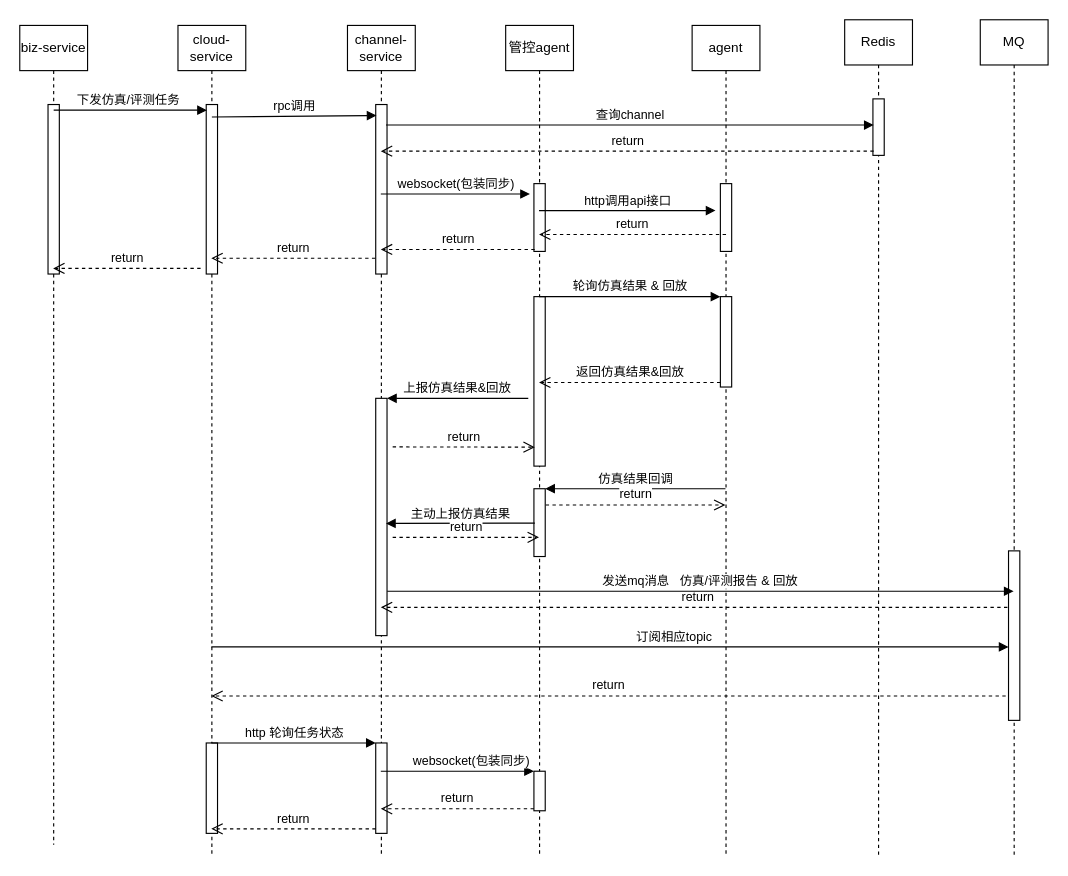
adwars/adwars keeps this draw.io diagram as page "第 1 页" (2 of 6) of 调度时序图.drawio. Above is the earlier version. Source tidied: cells renumbered, new cells numbered last; positions are measured from the earlier drawing's top-left corner, leaving out a move shared by most shapes. Both pictures are drawn from the tidied source at 113%, with x=0, y=0 at pixel (19, 19).
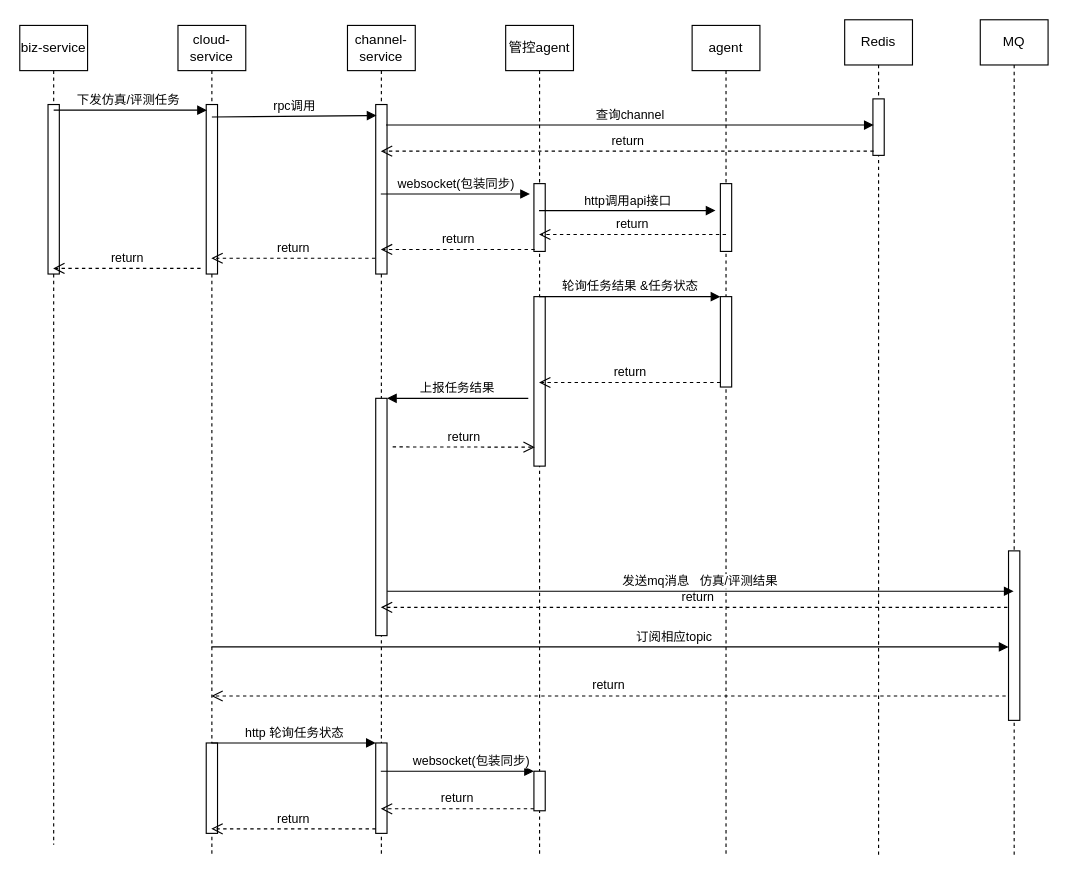
The same page after the edit.

Unchanged cells that the change refers to:
```xml
<mxCell id="7" style="html=1;points=[];perimeter=orthogonalPerimeter;" parent="5" vertex="1">
  <mxGeometry x="25" y="330" width="10" height="210" as="geometry" />
</mxCell>
<mxCell id="9" value="管控agent" style="shape=umlLifeline;perimeter=lifelinePerimeter;whiteSpace=wrap;html=1;outlineConnect=0;" parent="1" vertex="1">
  <mxGeometry x="430" y="5" width="60" height="735" as="geometry" />
</mxCell>
<mxCell id="14" value="agent" style="shape=umlLifeline;perimeter=lifelinePerimeter;whiteSpace=wrap;html=1;outlineConnect=0;" parent="1" vertex="1">
  <mxGeometry x="595" y="5" width="60" height="735" as="geometry" />
</mxCell>
<mxCell id="16" style="html=1;points=[];perimeter=orthogonalPerimeter;" parent="14" vertex="1">
  <mxGeometry x="25" y="240" width="10" height="80" as="geometry" />
</mxCell>
<mxCell id="40" value="MQ" style="shape=umlLifeline;perimeter=lifelinePerimeter;whiteSpace=wrap;html=1;outlineConnect=0;" parent="1" vertex="1">
  <mxGeometry x="850" width="60" height="740" as="geometry" />
</mxCell>
```

What changed in the source:
```diff
@@
-    <mxCell id="12" style="html=1;points=[];perimeter=orthogonalPerimeter;" parent="9" vertex="1">
-      <mxGeometry x="25" y="410" width="10" height="60" as="geometry" />
-    </mxCell>
@@
-    <mxCell id="25" value="轮询仿真结果 &amp;amp; 回放" style="html=1;verticalAlign=bottom;endArrow=block;entryX=0;entryY=0;rounded=0;" parent="1" edge="1" source="9" target="16">
+    <mxCell id="25" value="轮询任务结果 &amp;amp;任务状态" style="html=1;verticalAlign=bottom;endArrow=block;entryX=0;entryY=0;rounded=0;" parent="1" edge="1" source="9" target="16">
       <mxGeometry relative="1" as="geometry" />
     </mxCell>
-    <mxCell id="26" value="返回仿真结果&amp;amp;回放" style="html=1;verticalAlign=bottom;endArrow=open;dashed=1;endSize=8;exitX=0;exitY=0.95;rounded=0;" parent="1" edge="1" source="16" target="9">
+    <mxCell id="26" value="return" style="html=1;verticalAlign=bottom;endArrow=open;dashed=1;endSize=8;exitX=0;exitY=0.95;rounded=0;" parent="1" edge="1" source="16" target="9">
       <mxGeometry relative="1" as="geometry" />
     </mxCell>
-    <mxCell id="27" value="上报仿真结果&amp;amp;回放" style="html=1;verticalAlign=bottom;endArrow=block;entryX=1;entryY=0;rounded=0;endSize=6;startSize=6;" parent="1" edge="1" target="7">
+    <mxCell id="27" value="上报任务结果" style="html=1;verticalAlign=bottom;endArrow=block;entryX=1;entryY=0;rounded=0;endSize=6;startSize=6;" parent="1" edge="1" target="7">
       <mxGeometry relative="1" as="geometry">
         <mxPoint x="450" y="335" as="sourcePoint" />
       </mxGeometry>
     </mxCell>
@@
-    <mxCell id="32" value="仿真结果回调" style="html=1;verticalAlign=bottom;endArrow=block;entryX=1;entryY=0;rounded=0;" parent="1" edge="1" source="14" target="12">
-      <mxGeometry relative="1" as="geometry" />
-    </mxCell>
-    <mxCell id="33" value="return" style="html=1;verticalAlign=bottom;endArrow=open;dashed=1;endSize=8;rounded=0;exitX=1.04;exitY=0.24;exitDx=0;exitDy=0;exitPerimeter=0;" parent="1" edge="1" source="12" target="14">
-      <mxGeometry relative="1" as="geometry" />
-    </mxCell>
-    <mxCell id="34" value="主动上报仿真结果" style="html=1;verticalAlign=bottom;endArrow=block;rounded=0;exitX=0.08;exitY=0.507;exitDx=0;exitDy=0;exitPerimeter=0;entryX=0.911;entryY=0.527;entryDx=0;entryDy=0;entryPerimeter=0;" parent="1" edge="1" source="12" target="7">
-      <mxGeometry relative="1" as="geometry" />
-    </mxCell>
-    <mxCell id="35" value="return" style="html=1;verticalAlign=bottom;endArrow=open;dashed=1;endSize=8;rounded=0;" parent="1" edge="1" target="9">
-      <mxGeometry relative="1" as="geometry">
-        <mxPoint x="330" y="458" as="sourcePoint" />
-      </mxGeometry>
-    </mxCell>
@@
-    <mxCell id="44" value="发送mq消息&amp;nbsp; &amp;nbsp;仿真/评测报告 &amp;amp; 回放" style="html=1;verticalAlign=bottom;endArrow=block;rounded=0;startSize=6;endSize=6;exitX=1.016;exitY=0.813;exitDx=0;exitDy=0;exitPerimeter=0;" parent="1" edge="1" source="7" target="40">
+    <mxCell id="44" value="发送mq消息&amp;nbsp; &amp;nbsp;仿真/评测结果" style="html=1;verticalAlign=bottom;endArrow=block;rounded=0;startSize=6;endSize=6;exitX=1.016;exitY=0.813;exitDx=0;exitDy=0;exitPerimeter=0;" parent="1" edge="1" source="7" target="40">
       <mxGeometry relative="1" as="geometry" />
     </mxCell>
```
